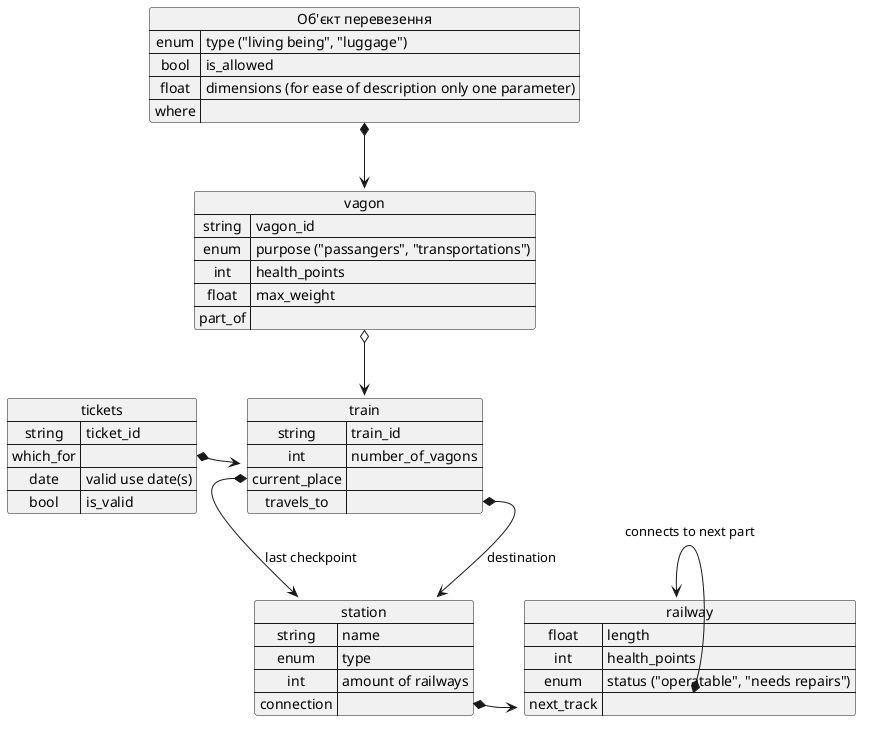
quitefoggy/monkey_fell_in_love keeps this PlantUML diagram as lab1/plantUML.png. Above is the earlier version.
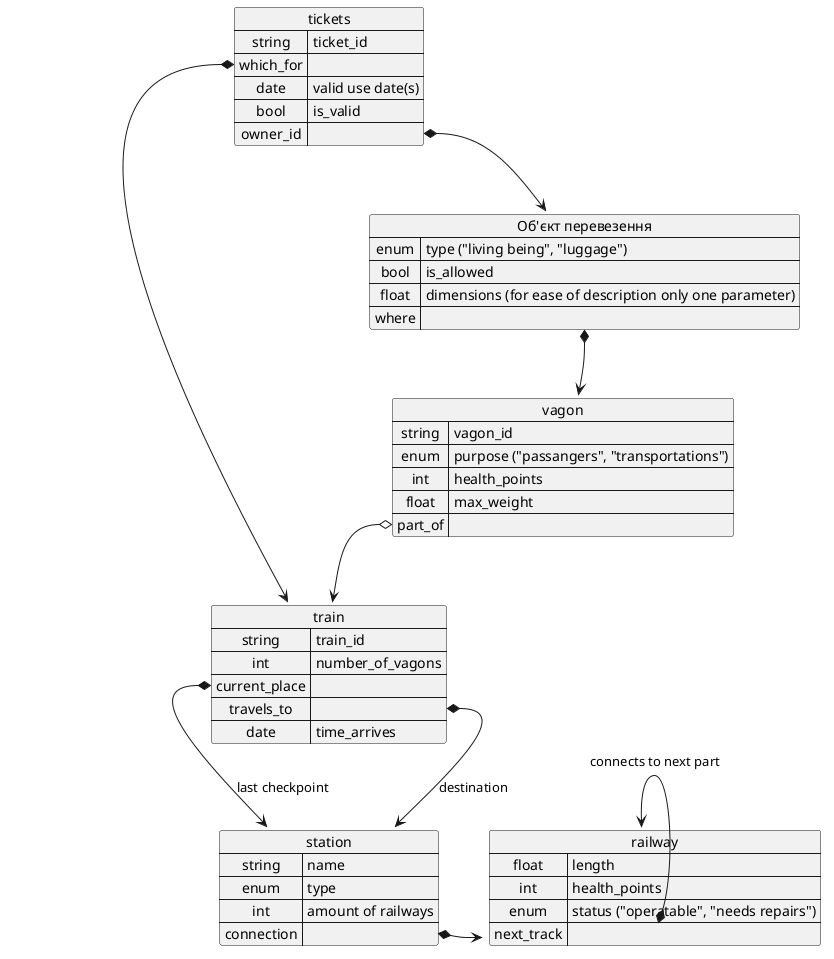
Above is the later version.

Commit message:
оновив PlantUML lab1 як оновлення системи яку описую

What changed in the source:
```diff
@@ -17,6 +17,15 @@
     int => number_of_vagons
     current_place =>
     travels_to =>
+    date => time_departs
+    date => time_arrives
+}
+map "Об'єкт перевезення" as object_of_transport{
+    enum => type ("living being", "luggage")
+    bool => is_allowed
+    float => weight
+    float => dimensions (for ease of description only one parameter)
+    where =>
 }
 map vagon{
     string => vagon_id
@@ -26,18 +35,13 @@
     float => max_weight
     part_of =>
 }
-map "Об'єкт перевезення" as object_of_transport{
-    enum => type ("living being", "luggage")
-    bool => is_allowed
-    float => weight
-    float => dimensions (for ease of description only one parameter)
-    where =>
-}
+
 map tickets {
     string => ticket_id
     which_for =>
     date => valid use date(s)
     bool => is_valid
+    owner_id =>
 }
 
 railway::next_track *-> railway : connects to next part
@@ -47,5 +51,6 @@
 vagon::part_of o--> train
 object_of_transport::where *--> vagon
 tickets::which_for *-> train
+tickets::owner_id *--> object_of_transport
 
 @enduml
```
